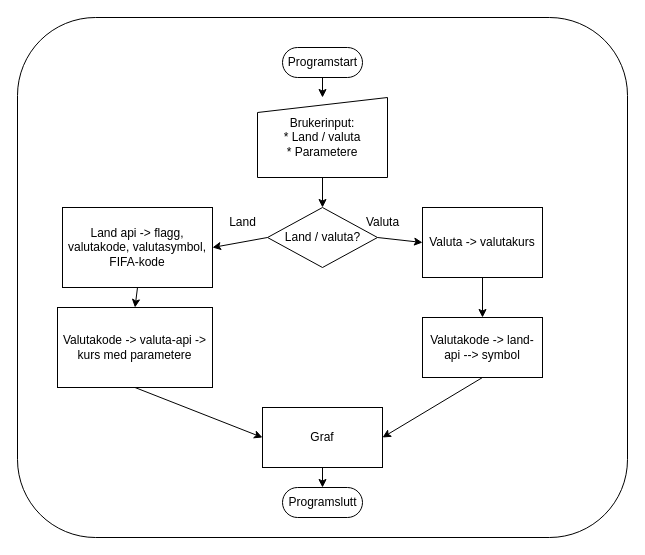
patootey/api_oppgave keeps this draw.io diagram as Flytskjema 3.0.drawio. Above is the earlier version. Source tidied: cells renumbered, new cells numbered last; positions are measured from the earlier drawing's top-left corner, leaving out a move shared by most shapes. Both pictures are drawn from the tidied source at 100%, with x=0, y=0 at pixel (17, 17).
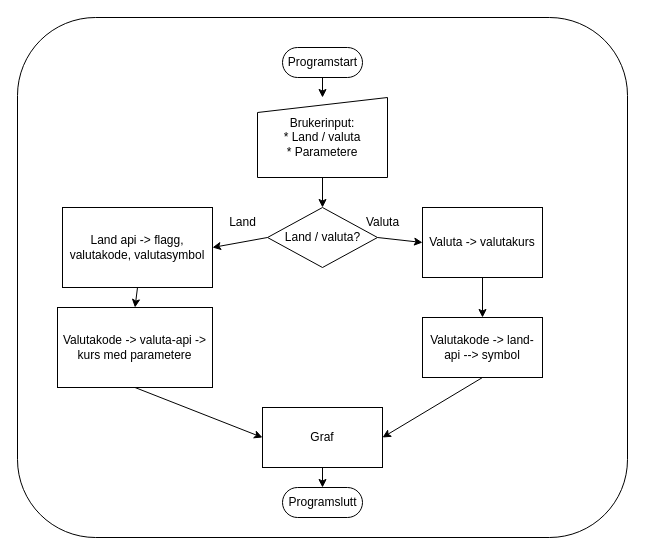
The same page after the edit.

Commit message:
Siste fiks for flytskjema

Diff of the diagram source:
```diff
@@
-    <mxCell id="8" value="Land api -&amp;gt; flagg, valutakode, valutasymbol, FIFA-kode" style="whiteSpace=wrap;html=1;" parent="1" vertex="1">
+    <mxCell id="8" value="Land api -&amp;gt; flagg, valutakode, valutasymbol" style="whiteSpace=wrap;html=1;" parent="1" vertex="1">
       <mxGeometry x="45" y="190" width="150" height="80" as="geometry" />
     </mxCell>
```
